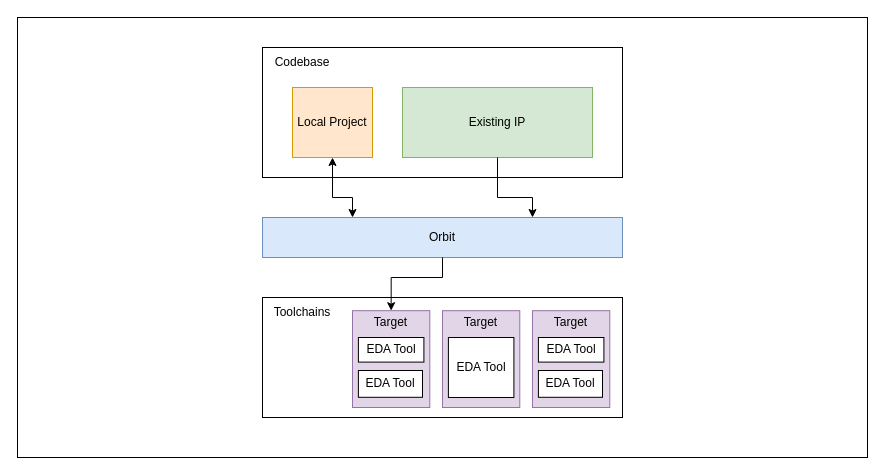
Before: docs/src/diagrams/abstraction.drawio in ujichase/orbit, a draw.io diagram. Source tidied: cells renumbered, new cells numbered last; positions are measured from the earlier drawing's top-left corner, leaving out a move shared by most shapes. Both pictures are drawn from the tidied source at 100%, with x=0, y=0 at pixel (17, 17).
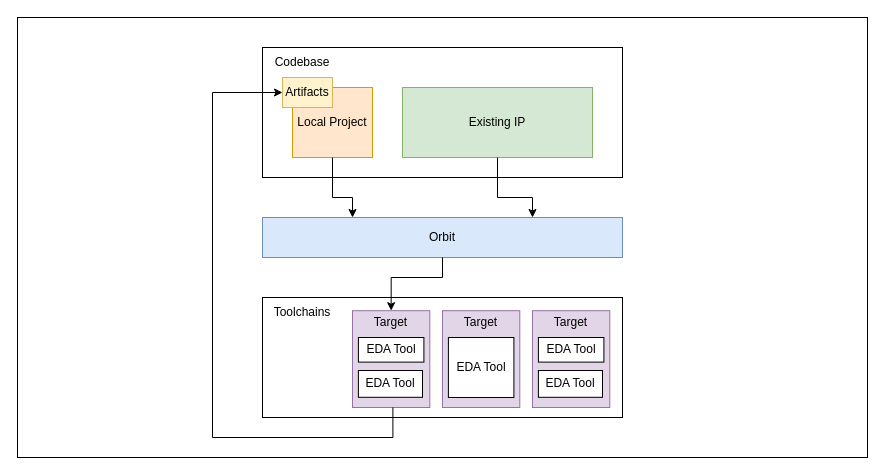
After the change.

Commit message (it also covers changes not shown here):
Updates abstraction diagram

Unchanged cells that the change refers to:
```xml
<mxCell id="4" value="Orbit" style="rounded=0;whiteSpace=wrap;html=1;fillColor=#dae8fc;strokeColor=#6c8ebf;" parent="1" vertex="1">
  <mxGeometry x="245" y="200" width="360" height="40" as="geometry" />
</mxCell>
<mxCell id="6" value="Local Project" style="rounded=0;whiteSpace=wrap;html=1;fillColor=#ffe6cc;strokeColor=#d79b00;" parent="1" vertex="1">
  <mxGeometry x="275" y="70" width="80" height="70" as="geometry" />
</mxCell>
<mxCell id="7" value="Existing IP" style="rounded=0;whiteSpace=wrap;html=1;fillColor=#d5e8d4;strokeColor=#82b366;" parent="1" vertex="1">
  <mxGeometry x="385" y="70" width="190" height="70" as="geometry" />
</mxCell>
```

Change to the diagram source:
```diff
@@
-    <mxCell id="9" style="endArrow=classic;startArrow=classic;html=1;entryX=0.5;entryY=1;entryDx=0;entryDy=0;exitX=0.25;exitY=0;exitDx=0;exitDy=0;jumpStyle=none;edgeStyle=orthogonalEdgeStyle;rounded=0;" parent="1" edge="1" source="4" target="6">
+    <mxCell id="9" style="endArrow=none;startArrow=classic;html=1;entryX=0.5;entryY=1;entryDx=0;entryDy=0;exitX=0.25;exitY=0;exitDx=0;exitDy=0;jumpStyle=none;edgeStyle=orthogonalEdgeStyle;rounded=0;startFill=1;endFill=0;" parent="1" edge="1" source="4" target="6">
       <mxGeometry relative="1" as="geometry">
         <Array as="points">
           <mxPoint x="335" y="180" />
           <mxPoint x="315" y="180" />
         </Array>
       </mxGeometry>
     </mxCell>
-    <mxCell id="10" style="endArrow=classic;html=1;rounded=0;jumpStyle=none;edgeStyle=orthogonalEdgeStyle;entryX=0.75;entryY=0;entryDx=0;entryDy=0;exitX=0.5;exitY=1;exitDx=0;exitDy=0;" parent="1" edge="1" source="7" target="4">
+    <mxCell id="10" style="endArrow=classic;html=1;rounded=0;jumpStyle=none;edgeStyle=orthogonalEdgeStyle;exitX=0.5;exitY=1;exitDx=0;exitDy=0;" parent="1" edge="1" source="7">
       <mxGeometry relative="1" as="geometry">
+        <mxPoint x="515" y="200" as="targetPoint" />
         <Array as="points">
           <mxPoint x="480" y="180" />
           <mxPoint x="515" y="180" />
         </Array>
       </mxGeometry>
     </mxCell>
@@
+    <mxCell id="27" style="endArrow=classic;html=1;rounded=0;jumpStyle=none;edgeStyle=orthogonalEdgeStyle;exitX=0.5;exitY=1;exitDx=0;exitDy=0;entryX=0;entryY=0.5;entryDx=0;entryDy=0;" parent="1" edge="1" target="28">
+      <mxGeometry relative="1" as="geometry">
+        <mxPoint x="375.4" y="390" as="sourcePoint" />
+        <Array as="points">
+          <mxPoint x="375" y="420" />
+          <mxPoint x="195" y="420" />
+          <mxPoint x="195" y="75" />
+        </Array>
+      </mxGeometry>
+    </mxCell>
+    <mxCell id="28" value="Artifacts" style="rounded=0;whiteSpace=wrap;html=1;fillColor=#fff2cc;strokeColor=#d6b656;" parent="1" vertex="1">
+      <mxGeometry x="265" y="60" width="50" height="30" as="geometry" />
+    </mxCell>
```
